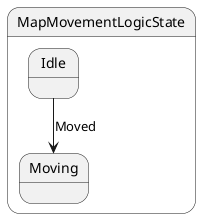
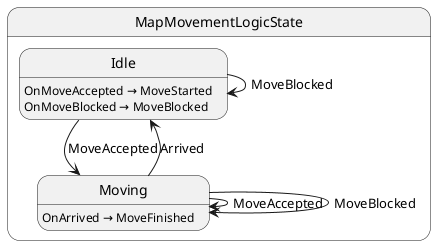
@startuml MapMovementLogicState
state "MapMovementLogicState" as Labyrinth_MapMovementLogicState {
  state "Idle" as Labyrinth_MapMovementLogicState_Idle
  state "Moving" as Labyrinth_MapMovementLogicState_Moving
}

- Labyrinth_MapMovementLogicState_Idle --> Labyrinth_MapMovementLogicState_Moving : Moved
+ Labyrinth_MapMovementLogicState_Idle --> Labyrinth_MapMovementLogicState_Idle : MoveBlocked
+ Labyrinth_MapMovementLogicState_Idle --> Labyrinth_MapMovementLogicState_Moving : MoveAccepted
+ Labyrinth_MapMovementLogicState_Moving --> Labyrinth_MapMovementLogicState_Idle : Arrived
+ Labyrinth_MapMovementLogicState_Moving --> Labyrinth_MapMovementLogicState_Moving : MoveAccepted
+ Labyrinth_MapMovementLogicState_Moving --> Labyrinth_MapMovementLogicState_Moving : MoveBlocked
+ 
+ Labyrinth_MapMovementLogicState_Idle : OnMoveAccepted → MoveStarted
+ Labyrinth_MapMovementLogicState_Idle : OnMoveBlocked → MoveBlocked
+ Labyrinth_MapMovementLogicState_Moving : OnArrived → MoveFinished
@enduml